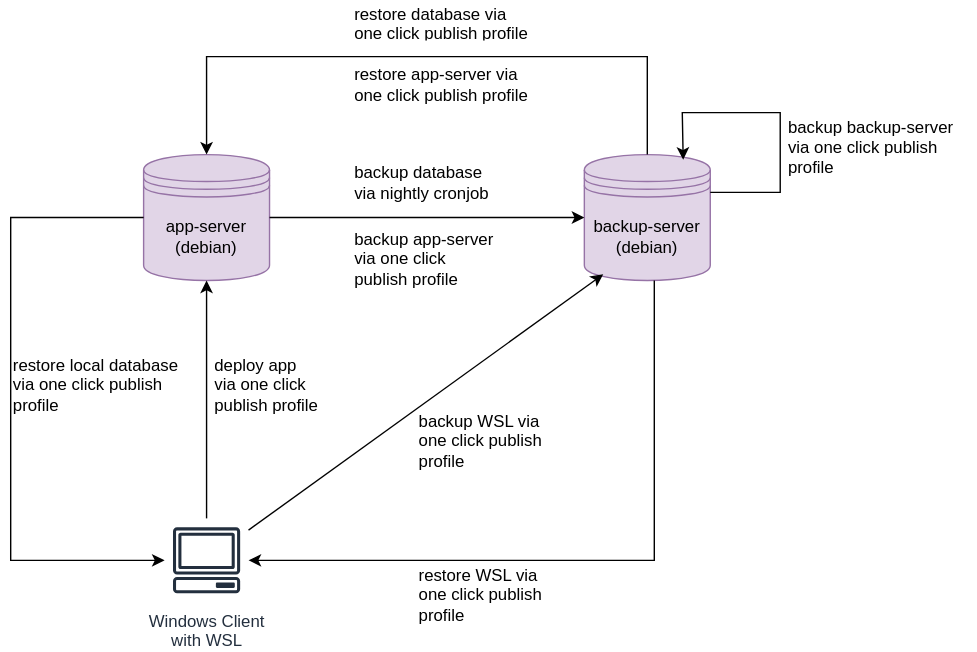
Before: _images/architecture-server-setup.drawio.svg, a diagram exported from draw.io (gartenkralle/geolocation-services-doc). Source tidied: cells renumbered, new cells last; positions are measured from the earlier drawing's top-left corner, leaving out a move shared by most shapes.
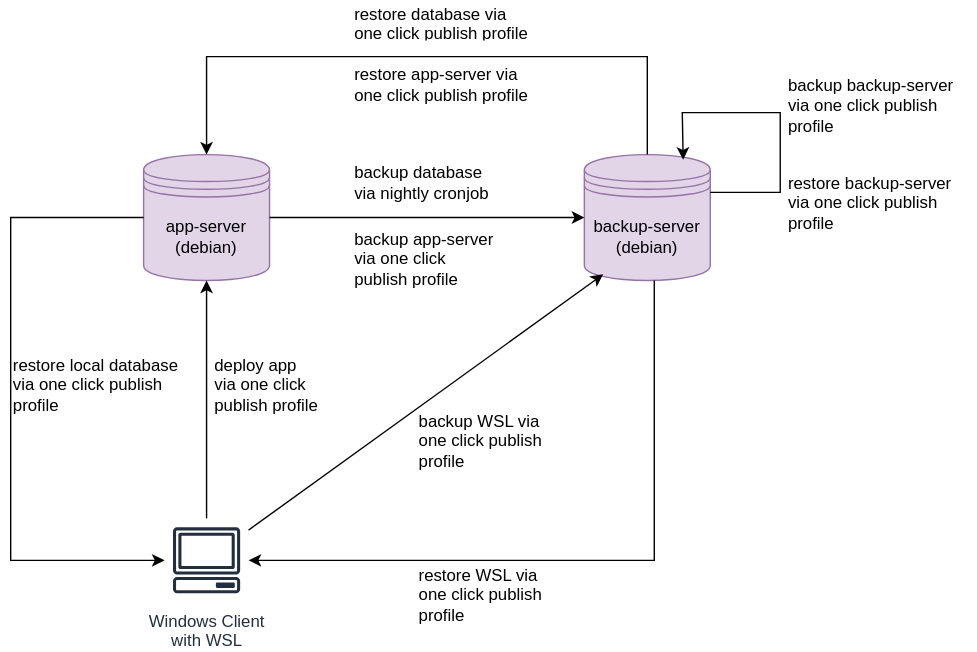
Later version of the same file.

Change to the diagram source:
```diff
@@ -65,7 +65,7 @@
       </mxGeometry>
     </mxCell>
     <mxCell id="17" value="backup backup-server&amp;nbsp;&lt;div&gt;&lt;span style=&quot;background-color: initial;&quot;&gt;via one click publish profile&lt;/span&gt;&lt;/div&gt;" style="text;strokeColor=none;fillColor=none;align=left;verticalAlign=middle;spacingLeft=4;spacingRight=4;overflow=hidden;whiteSpace=wrap;html=1;" parent="1" vertex="1">
-      <mxGeometry x="550" y="80" width="140" height="50" as="geometry" />
+      <mxGeometry x="550" y="50" width="140" height="50" as="geometry" />
     </mxCell>
     <mxCell id="18" style="endArrow=classic;html=1;rounded=0;exitX=0;exitY=0.5;exitDx=0;exitDy=0;" parent="1" edge="1" source="2" target="4">
       <mxGeometry relative="1" as="geometry">
@@ -81,5 +81,8 @@
     <mxCell id="20" value="restore database via one click publish profile" style="text;strokeColor=none;fillColor=none;align=left;verticalAlign=middle;spacingLeft=4;spacingRight=4;overflow=hidden;whiteSpace=wrap;html=1;" parent="1" vertex="1">
       <mxGeometry x="240" width="140" height="30" as="geometry" />
     </mxCell>
+    <mxCell id="21" value="restore backup-server&amp;nbsp;&lt;div&gt;&lt;span style=&quot;background-color: initial;&quot;&gt;via one click publish profile&lt;/span&gt;&lt;/div&gt;" style="text;strokeColor=none;fillColor=none;align=left;verticalAlign=middle;spacingLeft=4;spacingRight=4;overflow=hidden;whiteSpace=wrap;html=1;" parent="1" vertex="1">
+      <mxGeometry x="550" y="120" width="140" height="50" as="geometry" />
+    </mxCell>
   </root>
 </mxGraphModel>
```
